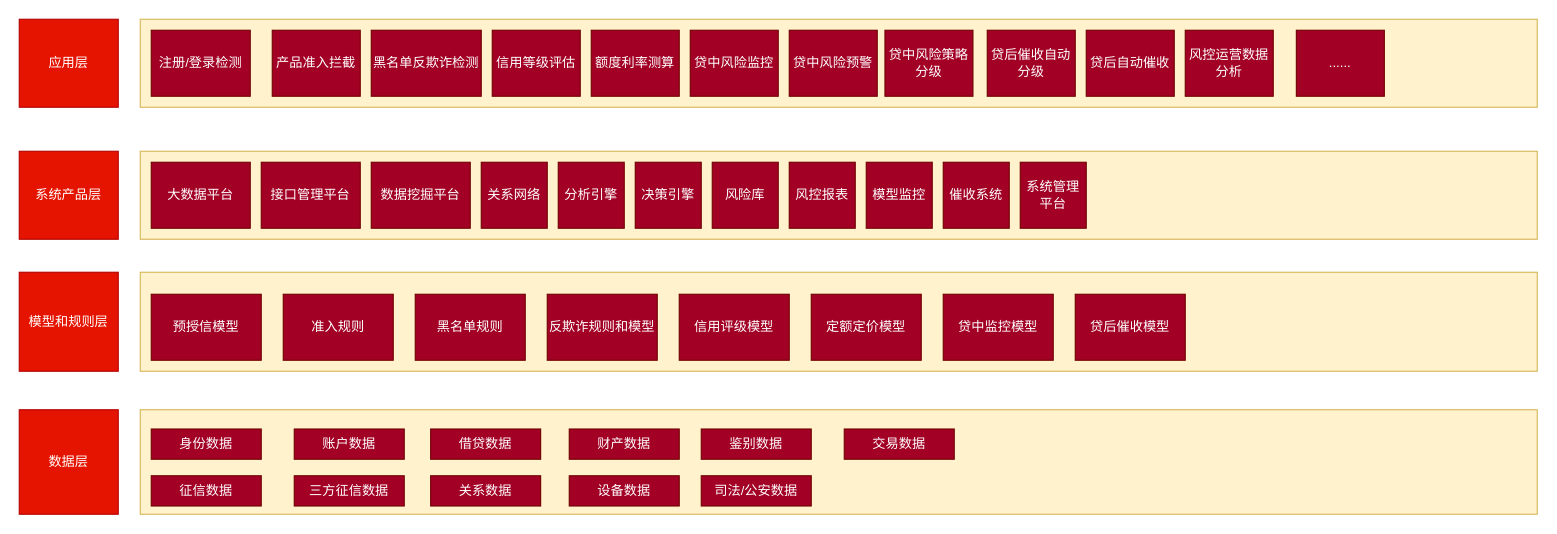
Earlier version of the draw.io diagram 智能风控业务架构.drawio (liojian198/Bin-Blog). Source tidied: cells renumbered, new cells numbered last; positions are measured from the earlier drawing's top-left corner, leaving out a move shared by most shapes. Both pictures are drawn from the tidied source at 110%, with x=0, y=0 at pixel (19, 19).
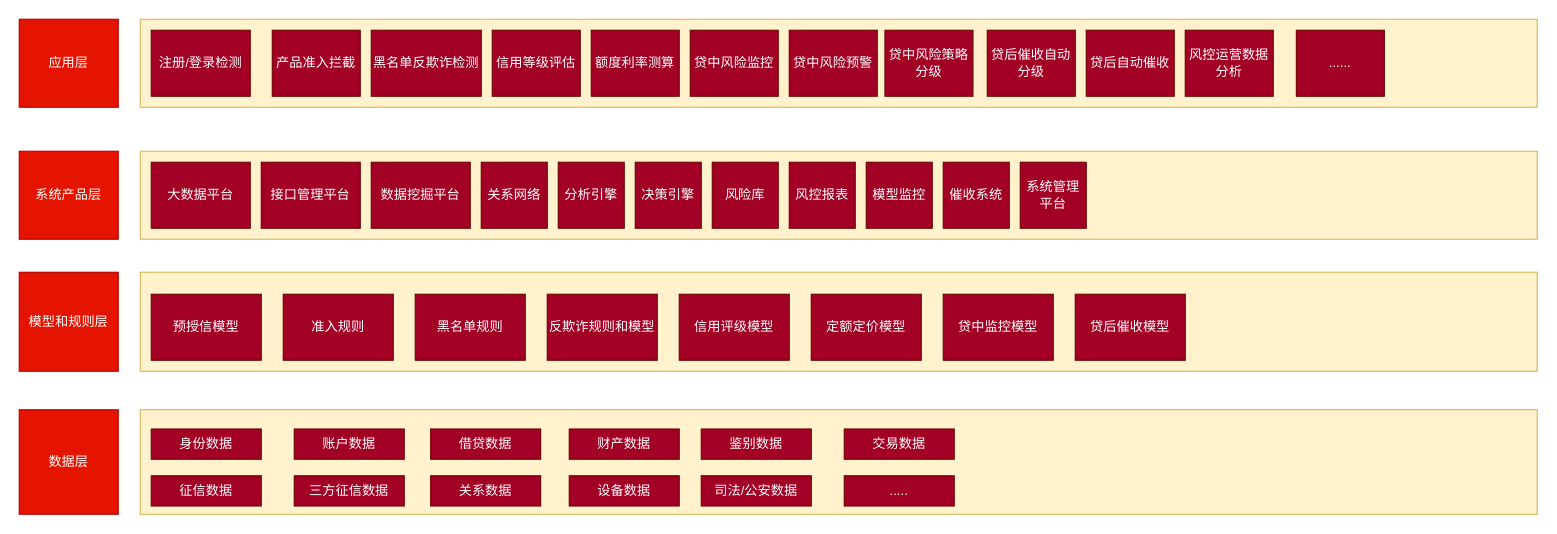
Above is the later version.

Commit message:
更新智能风控业务架构.drawio

Diff of the diagram source:
```diff
@@
+    <mxCell id="52" value="....." style="rounded=0;whiteSpace=wrap;html=1;fillColor=#a20025;strokeColor=#6F0000;fontColor=#ffffff;" parent="1" vertex="1">
+      <mxGeometry x="750" y="415" width="100" height="27.5" as="geometry" />
+    </mxCell>
```
